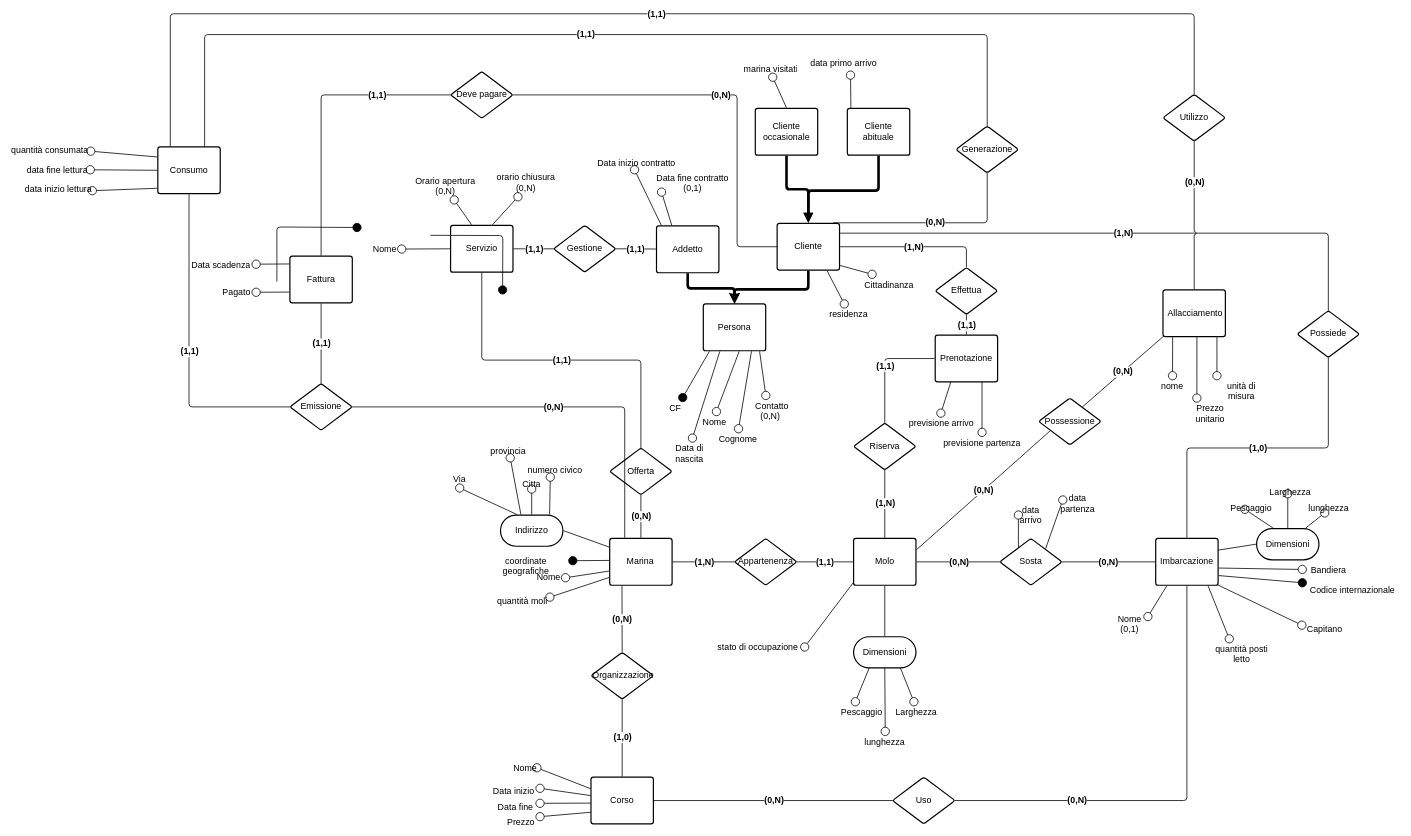
Before: page "Concettuale" (1 of 3) of src_relazione_tex/Er.drawio in alessandro-massarenti/Progetto-basi-di-dati-2022, a draw.io diagram. Source tidied: cells renumbered, new cells numbered last; positions are measured from the earlier drawing's top-left corner, leaving out a move shared by most shapes. Both pictures are drawn from the tidied source at 52%, with x=0, y=0 at pixel (9, 14).
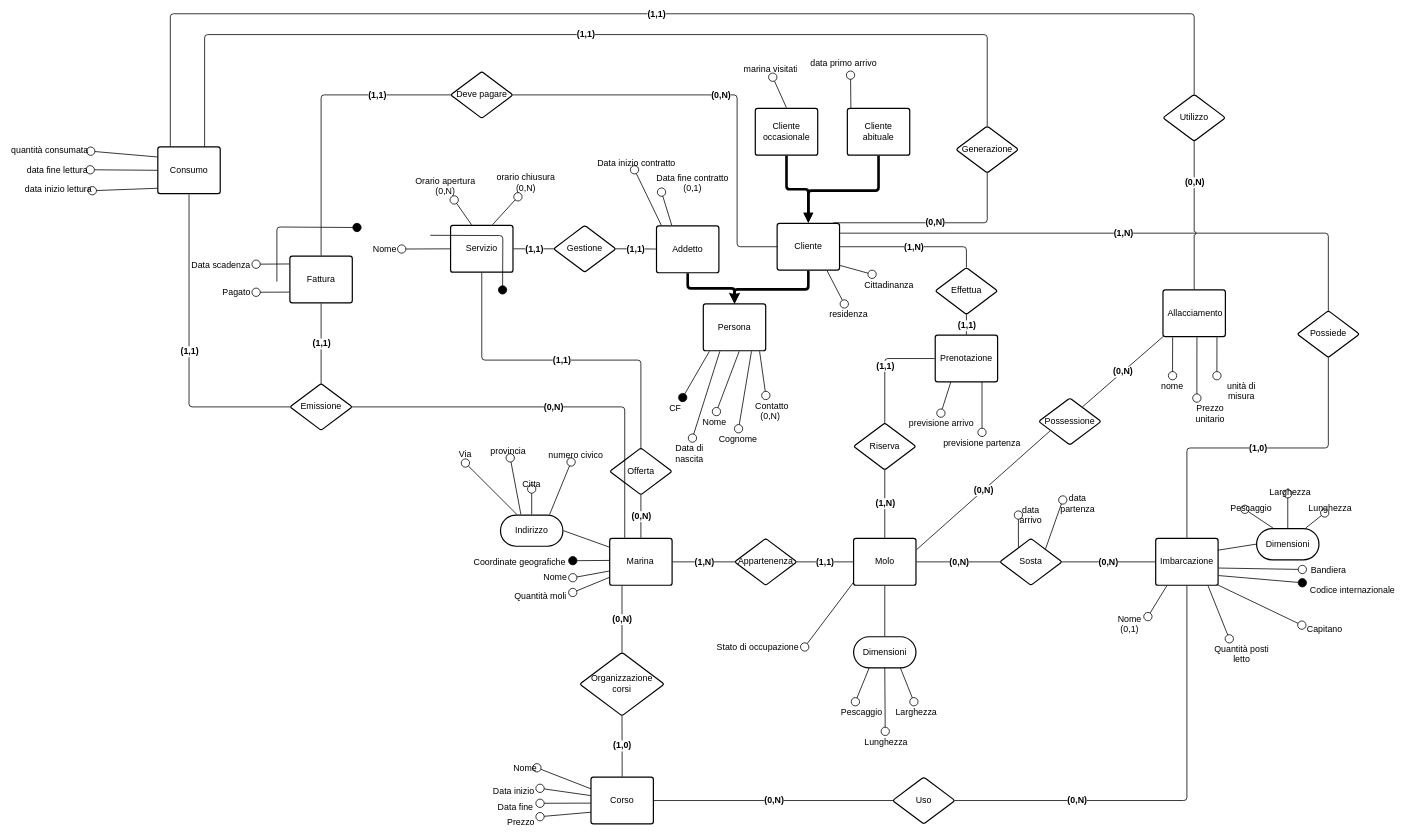
Above is the later version.

Commit message:
Corrette alcune iniziali

Change to the diagram source:
```diff
@@
     <mxCell id="7" value="Nome" style="html=1;overflow=block;blockSpacing=1;whiteSpace=wrap;fontSize=17;fontColor=#000000;spacing=10;fillColor=none;strokeWidth=1.5;strokeColor=none;" parent="1" vertex="1">
-      <mxGeometry x="1005" y="1062" width="65" height="45" as="geometry" />
+      <mxGeometry x="1017" y="1062" width="67" height="45" as="geometry" />
     </mxCell>
@@
-    <mxCell id="16" value="coordinate geografiche" style="html=1;overflow=block;blockSpacing=1;whiteSpace=wrap;fontSize=17;fontColor=#000000;spacing=10;fillColor=none;strokeWidth=1.5;strokeColor=none;" parent="1" vertex="1">
-      <mxGeometry x="904" y="1032" width="180" height="45" as="geometry" />
+    <mxCell id="16" value="Coordinate geografiche" style="html=1;overflow=width;blockSpacing=1;fontSize=17;fontColor=#000000;spacing=0;fillColor=none;strokeWidth=1.5;strokeColor=none;whiteSpace=wrap;" parent="1" vertex="1">
+      <mxGeometry x="880" y="1032" width="204" height="45" as="geometry" />
     </mxCell>
@@
-    <mxCell id="19" value="quantità posti letto" style="html=1;overflow=block;blockSpacing=1;whiteSpace=wrap;fontSize=17;fontColor=#000000;spacing=10;fillColor=none;strokeWidth=1.5;strokeColor=none;" parent="1" vertex="1">
+    <mxCell id="19" value="Quantità posti letto" style="html=1;overflow=block;blockSpacing=1;whiteSpace=wrap;fontSize=17;fontColor=#000000;spacing=10;fillColor=none;strokeWidth=1.5;strokeColor=none;" parent="1" vertex="1">
       <mxGeometry x="2302" y="1202" width="137" height="22" as="geometry" />
     </mxCell>
@@
-    <mxCell id="24" value="quantità moli" style="overflow=block;blockSpacing=1;fontSize=17;fontColor=#000000;spacing=10;fillColor=none;strokeWidth=1.5;strokeColor=none;" parent="1" vertex="1">
-      <mxGeometry x="934" y="1116" width="106" height="24" as="geometry" />
+    <mxCell id="24" value="Quantità moli" style="overflow=block;blockSpacing=1;fontSize=17;fontColor=#000000;spacing=10;fillColor=none;strokeWidth=1.5;strokeColor=none;" parent="1" vertex="1">
+      <mxGeometry x="960" y="1107" width="124" height="24" as="geometry" />
     </mxCell>
@@
-    <mxCell id="28" value="stato di occupazione" style="html=1;overflow=block;blockSpacing=1;whiteSpace=wrap;fontSize=17;fontColor=#000000;spacing=10;fillColor=none;strokeWidth=1.5;strokeColor=none;" parent="1" vertex="1">
+    <mxCell id="28" value="Stato di occupazione" style="html=1;overflow=block;blockSpacing=1;whiteSpace=wrap;fontSize=17;fontColor=#000000;spacing=10;fillColor=none;strokeWidth=1.5;strokeColor=none;" parent="1" vertex="1">
       <mxGeometry x="1350" y="1198" width="180" height="30" as="geometry" />
     </mxCell>
@@
-    <mxCell id="40" value="lunghezza" style="html=1;overflow=block;blockSpacing=1;whiteSpace=wrap;fontSize=17;fontColor=#000000;spacing=10;fillColor=none;strokeWidth=1.5;strokeColor=none;" parent="1" vertex="1">
+    <mxCell id="40" value="Lunghezza" style="html=1;overflow=block;blockSpacing=1;whiteSpace=wrap;fontSize=17;fontColor=#000000;spacing=10;fillColor=none;strokeWidth=1.5;strokeColor=none;" parent="1" vertex="1">
       <mxGeometry x="1635" y="1380" width="97" height="29" as="geometry" />
     </mxCell>
@@
     <mxCell id="61" value="numero civico" style="html=1;overflow=block;blockSpacing=1;whiteSpace=wrap;fontSize=17;fontColor=#000000;spacing=0;fillColor=#ffffff;strokeWidth=1.5;strokeColor=none;" parent="1" vertex="1">
-      <mxGeometry x="990" y="864" width="120" height="27" as="geometry" />
+      <mxGeometry x="1030" y="835" width="120" height="27" as="geometry" />
     </mxCell>
@@
     <mxCell id="64" value="Via" style="html=1;overflow=block;blockSpacing=1;whiteSpace=wrap;fontSize=17;fontColor=#000000;spacing=3.8;strokeOpacity=0;fillOpacity=0;rounded=1;absoluteArcSize=1;arcSize=9;fillColor=#ffffff;strokeWidth=2.3;" parent="1" vertex="1">
-      <mxGeometry x="829" y="877" width="75" height="35" as="geometry" />
+      <mxGeometry x="840" y="829" width="75" height="35" as="geometry" />
     </mxCell>
@@
-    <mxCell id="72" value="lunghezza" style="html=1;overflow=block;blockSpacing=1;whiteSpace=wrap;fontSize=17;fontColor=#000000;spacing=10;fillColor=none;strokeWidth=1.5;strokeColor=none;" parent="1" vertex="1">
+    <mxCell id="72" value="Lunghezza" style="html=1;overflow=block;blockSpacing=1;whiteSpace=wrap;fontSize=17;fontColor=#000000;spacing=10;fillColor=none;strokeWidth=1.5;strokeColor=none;" parent="1" vertex="1">
       <mxGeometry x="2489" y="931" width="97" height="29" as="geometry" />
     </mxCell>
@@
-    <mxCell id="101" value="Organizzazione" style="html=1;overflow=block;blockSpacing=1;whiteSpace=wrap;rhombus;fontSize=17;fontColor=#000000;spacing=3.8;strokeColor=#000000;strokeOpacity=100;rounded=1;absoluteArcSize=1;arcSize=9;strokeWidth=2.3;" parent="1" vertex="1">
-      <mxGeometry x="1119" y="1228" width="120" height="90" as="geometry" />
+    <mxCell id="101" value="Organizzazione corsi" style="html=1;overflow=block;blockSpacing=1;whiteSpace=wrap;rhombus;fontSize=17;fontColor=#000000;spacing=3.8;strokeColor=#000000;strokeOpacity=100;rounded=1;absoluteArcSize=1;arcSize=9;strokeWidth=2.3;" parent="1" vertex="1">
+      <mxGeometry x="1097.3" y="1228" width="162.7" height="122" as="geometry" />
     </mxCell>
```
